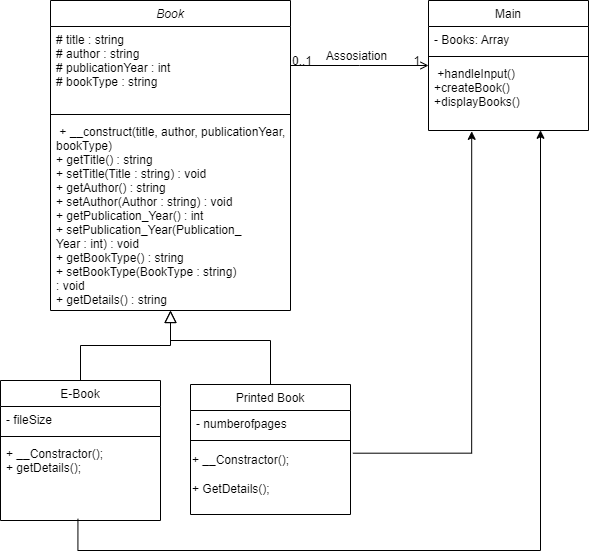
Earlier version of the draw.io export Library/UML Diagram Library.png (Roczantya/MyfirstPHP). Source tidied: cells renumbered, new cells last; positions are measured from the earlier drawing's top-left corner, leaving out a move shared by most shapes.
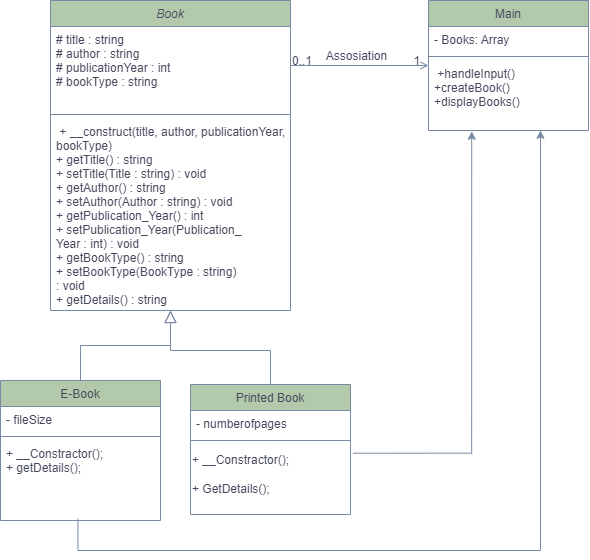
Later version of the same file.

Commit message:
Library management

What changed in the source:
```diff
@@ -1,20 +1,20 @@
-<mxGraphModel>
+<mxGraphModel background="#ffffff">
   <root>
     <mxCell id="0" />
     <mxCell id="1" parent="0" />
-    <mxCell id="2" value="Book" style="swimlane;fontStyle=2;align=center;verticalAlign=top;horizontal=1;startSize=26;rounded=0;shadow=0;strokeWidth=1;" parent="1" vertex="1">
+    <mxCell id="2" value="Book" style="swimlane;fontStyle=2;align=center;verticalAlign=top;horizontal=1;startSize=26;rounded=0;shadow=0;strokeWidth=1;labelBackgroundColor=none;fillColor=#B2C9AB;strokeColor=#788AA3;fontColor=#46495D;" parent="1" vertex="1">
       <mxGeometry x="50" width="240" height="310" as="geometry" />
     </mxCell>
-    <mxCell id="3" value="# title : string&#10;# author : string&#10;# publicationYear : int&#10;# bookType : string" style="text;align=left;verticalAlign=top;spacingLeft=4;spacingRight=4;overflow=hidden;" parent="2" vertex="1">
+    <mxCell id="3" value="# title : string&#10;# author : string&#10;# publicationYear : int&#10;# bookType : string" style="text;align=left;verticalAlign=top;spacingLeft=4;spacingRight=4;overflow=hidden;labelBackgroundColor=none;fontColor=#46495D;rounded=0;" parent="2" vertex="1">
       <mxGeometry y="26" width="240" height="84" as="geometry" />
     </mxCell>
-    <mxCell id="4" style="line;html=1;strokeWidth=1;align=left;verticalAlign=middle;spacingTop=-1;spacingLeft=3;spacingRight=3;labelPosition=right;" parent="2" vertex="1">
+    <mxCell id="4" style="line;html=1;strokeWidth=1;align=left;verticalAlign=middle;spacingTop=-1;spacingLeft=3;spacingRight=3;labelPosition=right;labelBackgroundColor=none;fillColor=#B2C9AB;strokeColor=#788AA3;fontColor=#46495D;rounded=0;" parent="2" vertex="1">
       <mxGeometry y="110" width="240" height="8" as="geometry" />
     </mxCell>
-    <mxCell id="5" value=" + __construct(title, author, publicationYear, &#10;bookType)&#10;  + getTitle() : string&#10;  + setTitle(Title : string) : void&#10;  + getAuthor() : string&#10;  + setAuthor(Author : string) : void&#10;  + getPublication_Year() : int&#10;  + setPublication_Year(Publication_&#10;Year : int) : void&#10;  + getBookType() : string&#10;  + setBookType(BookType : string) &#10;: void&#10;  + getDetails() : string" style="text;align=left;verticalAlign=top;spacingLeft=4;spacingRight=4;overflow=hidden;" parent="2" vertex="1">
+    <mxCell id="5" value=" + __construct(title, author, publicationYear, &#10;bookType)&#10;  + getTitle() : string&#10;  + setTitle(Title : string) : void&#10;  + getAuthor() : string&#10;  + setAuthor(Author : string) : void&#10;  + getPublication_Year() : int&#10;  + setPublication_Year(Publication_&#10;Year : int) : void&#10;  + getBookType() : string&#10;  + setBookType(BookType : string) &#10;: void&#10;  + getDetails() : string" style="text;align=left;verticalAlign=top;spacingLeft=4;spacingRight=4;overflow=hidden;labelBackgroundColor=none;fontColor=#46495D;rounded=0;" parent="2" vertex="1">
       <mxGeometry y="118" width="240" height="192" as="geometry" />
     </mxCell>
-    <mxCell id="6" style="edgeStyle=orthogonalEdgeStyle;rounded=0;jettySize=auto;html=1;exitX=0.484;exitY=0.979;exitDx=0;exitDy=0;exitPerimeter=0;entryX=0.7;entryY=0.997;entryDx=0;entryDy=0;entryPerimeter=0;" parent="1" edge="1" source="10" target="20">
+    <mxCell id="6" style="edgeStyle=orthogonalEdgeStyle;rounded=0;jettySize=auto;html=1;exitX=0.484;exitY=0.979;exitDx=0;exitDy=0;exitPerimeter=0;entryX=0.7;entryY=0.997;entryDx=0;entryDy=0;entryPerimeter=0;labelBackgroundColor=none;strokeColor=#788AA3;fontColor=default;" parent="1" edge="1" source="10" target="20">
       <mxGeometry relative="1" as="geometry">
         <Array as="points">
           <mxPoint x="77" y="550" />
@@ -22,74 +22,74 @@
         </Array>
       </mxGeometry>
     </mxCell>
-    <mxCell id="7" value="E-Book" style="swimlane;fontStyle=0;align=center;verticalAlign=top;horizontal=1;startSize=26;rounded=0;shadow=0;strokeWidth=1;" parent="1" vertex="1">
+    <mxCell id="7" value="E-Book" style="swimlane;fontStyle=0;align=center;verticalAlign=top;horizontal=1;startSize=26;rounded=0;shadow=0;strokeWidth=1;labelBackgroundColor=none;fillColor=#B2C9AB;strokeColor=#788AA3;fontColor=#46495D;" parent="1" vertex="1">
       <mxGeometry y="380" width="160" height="140" as="geometry" />
     </mxCell>
-    <mxCell id="8" value="- fileSize" style="text;align=left;verticalAlign=top;spacingLeft=4;spacingRight=4;overflow=hidden;" parent="7" vertex="1">
+    <mxCell id="8" value="- fileSize" style="text;align=left;verticalAlign=top;spacingLeft=4;spacingRight=4;overflow=hidden;labelBackgroundColor=none;fontColor=#46495D;rounded=0;" parent="7" vertex="1">
       <mxGeometry y="26" width="160" height="26" as="geometry" />
     </mxCell>
-    <mxCell id="9" style="line;html=1;strokeWidth=1;align=left;verticalAlign=middle;spacingTop=-1;spacingLeft=3;spacingRight=3;labelPosition=right;" parent="7" vertex="1">
+    <mxCell id="9" style="line;html=1;strokeWidth=1;align=left;verticalAlign=middle;spacingTop=-1;spacingLeft=3;spacingRight=3;labelPosition=right;labelBackgroundColor=none;fillColor=#B2C9AB;strokeColor=#788AA3;fontColor=#46495D;rounded=0;" parent="7" vertex="1">
       <mxGeometry y="52" width="160" height="8" as="geometry" />
     </mxCell>
-    <mxCell id="10" value="+ __Constractor();&#10;+ getDetails();" style="text;align=left;verticalAlign=top;spacingLeft=4;spacingRight=4;overflow=hidden;points=[[0,0.5],[1,0.5]];portConstraint=eastwest;" parent="7" vertex="1">
+    <mxCell id="10" value="+ __Constractor();&#10;+ getDetails();" style="text;align=left;verticalAlign=top;spacingLeft=4;spacingRight=4;overflow=hidden;points=[[0,0.5],[1,0.5]];portConstraint=eastwest;labelBackgroundColor=none;fontColor=#46495D;rounded=0;" parent="7" vertex="1">
       <mxGeometry y="60" width="160" height="80" as="geometry" />
     </mxCell>
-    <mxCell id="11" style="endArrow=block;endSize=10;endFill=0;shadow=0;strokeWidth=1;rounded=0;curved=0;edgeStyle=elbowEdgeStyle;elbow=vertical;" parent="1" edge="1" source="7" target="2">
+    <mxCell id="11" style="endArrow=block;endSize=10;endFill=0;shadow=0;strokeWidth=1;rounded=0;curved=0;edgeStyle=elbowEdgeStyle;elbow=vertical;labelBackgroundColor=none;strokeColor=#788AA3;fontColor=default;" parent="1" edge="1" source="7" target="2">
       <mxGeometry relative="1" as="geometry" />
     </mxCell>
-    <mxCell id="12" value="Printed Book" style="swimlane;fontStyle=0;align=center;verticalAlign=top;horizontal=1;startSize=26;rounded=0;shadow=0;strokeWidth=1;" parent="1" vertex="1">
+    <mxCell id="12" value="Printed Book" style="swimlane;fontStyle=0;align=center;verticalAlign=top;horizontal=1;startSize=26;rounded=0;shadow=0;strokeWidth=1;labelBackgroundColor=none;fillColor=#B2C9AB;strokeColor=#788AA3;fontColor=#46495D;" parent="1" vertex="1">
       <mxGeometry x="190" y="384" width="160" height="130" as="geometry" />
     </mxCell>
-    <mxCell id="13" value="- numberofpages" style="text;align=left;verticalAlign=top;spacingLeft=4;spacingRight=4;overflow=hidden;" parent="12" vertex="1">
+    <mxCell id="13" value="- numberofpages" style="text;align=left;verticalAlign=top;spacingLeft=4;spacingRight=4;overflow=hidden;labelBackgroundColor=none;fontColor=#46495D;rounded=0;" parent="12" vertex="1">
       <mxGeometry y="26" width="160" height="26" as="geometry" />
     </mxCell>
-    <mxCell id="14" style="line;html=1;strokeWidth=1;align=left;verticalAlign=middle;spacingTop=-1;spacingLeft=3;spacingRight=3;labelPosition=right;" parent="12" vertex="1">
+    <mxCell id="14" style="line;html=1;strokeWidth=1;align=left;verticalAlign=middle;spacingTop=-1;spacingLeft=3;spacingRight=3;labelPosition=right;labelBackgroundColor=none;fillColor=#B2C9AB;strokeColor=#788AA3;fontColor=#46495D;rounded=0;" parent="12" vertex="1">
       <mxGeometry y="52" width="160" height="8" as="geometry" />
     </mxCell>
-    <mxCell id="15" value="+ __Constractor();&lt;div&gt;&lt;br&gt;&lt;div&gt;+ GetDetails();&lt;/div&gt;&lt;/div&gt;" style="text;html=1;align=left;verticalAlign=middle;points=[];strokeColor=none;fillColor=none;" parent="12" vertex="1">
+    <mxCell id="15" value="+ __Constractor();&lt;div&gt;&lt;br&gt;&lt;div&gt;+ GetDetails();&lt;/div&gt;&lt;/div&gt;" style="text;html=1;align=left;verticalAlign=middle;points=[];strokeColor=none;fillColor=none;labelBackgroundColor=none;fontColor=#46495D;rounded=0;" parent="12" vertex="1">
       <mxGeometry y="60" width="160" height="60" as="geometry" />
     </mxCell>
-    <mxCell id="16" style="endArrow=block;endSize=10;endFill=0;shadow=0;strokeWidth=1;rounded=0;curved=0;edgeStyle=elbowEdgeStyle;elbow=vertical;exitX=0.5;exitY=0;exitDx=0;exitDy=0;" parent="1" edge="1" source="12">
+    <mxCell id="16" style="endArrow=block;endSize=10;endFill=0;shadow=0;strokeWidth=1;rounded=0;curved=0;edgeStyle=elbowEdgeStyle;elbow=vertical;exitX=0.5;exitY=0;exitDx=0;exitDy=0;labelBackgroundColor=none;strokeColor=#788AA3;fontColor=default;" parent="1" edge="1" source="12">
       <mxGeometry relative="1" as="geometry">
         <mxPoint x="170" y="310" as="targetPoint" />
         <Array as="points">
-          <mxPoint x="170" y="340" />
+          <mxPoint x="220" y="350" />
         </Array>
       </mxGeometry>
     </mxCell>
-    <mxCell id="17" value="Main" style="swimlane;fontStyle=0;align=center;verticalAlign=top;horizontal=1;startSize=26;rounded=0;shadow=0;strokeWidth=1;" parent="1" vertex="1">
+    <mxCell id="17" value="Main" style="swimlane;fontStyle=0;align=center;verticalAlign=top;horizontal=1;startSize=26;rounded=0;shadow=0;strokeWidth=1;labelBackgroundColor=none;fillColor=#B2C9AB;strokeColor=#788AA3;fontColor=#46495D;" parent="1" vertex="1">
       <mxGeometry x="428" width="160" height="130" as="geometry" />
     </mxCell>
-    <mxCell id="18" value="- Books: Array" style="text;align=left;verticalAlign=top;spacingLeft=4;spacingRight=4;overflow=hidden;" parent="17" vertex="1">
+    <mxCell id="18" value="- Books: Array" style="text;align=left;verticalAlign=top;spacingLeft=4;spacingRight=4;overflow=hidden;labelBackgroundColor=none;fontColor=#46495D;rounded=0;" parent="17" vertex="1">
       <mxGeometry y="26" width="160" height="26" as="geometry" />
     </mxCell>
-    <mxCell id="19" style="line;html=1;strokeWidth=1;align=left;verticalAlign=middle;spacingTop=-1;spacingLeft=3;spacingRight=3;labelPosition=right;" parent="17" vertex="1">
+    <mxCell id="19" style="line;html=1;strokeWidth=1;align=left;verticalAlign=middle;spacingTop=-1;spacingLeft=3;spacingRight=3;labelPosition=right;labelBackgroundColor=none;fillColor=#B2C9AB;strokeColor=#788AA3;fontColor=#46495D;rounded=0;" parent="17" vertex="1">
       <mxGeometry y="52" width="160" height="8" as="geometry" />
     </mxCell>
-    <mxCell id="20" value=" +handleInput()&#10;  +createBook()&#10;  +displayBooks()" style="text;align=left;verticalAlign=top;spacingLeft=4;spacingRight=4;overflow=hidden;points=[[0,0.5],[1,0.5]];portConstraint=eastwest;" parent="17" vertex="1">
+    <mxCell id="20" value=" +handleInput()&#10;  +createBook()&#10;  +displayBooks()" style="text;align=left;verticalAlign=top;spacingLeft=4;spacingRight=4;overflow=hidden;points=[[0,0.5],[1,0.5]];portConstraint=eastwest;labelBackgroundColor=none;fontColor=#46495D;rounded=0;" parent="17" vertex="1">
       <mxGeometry y="60" width="160" height="70" as="geometry" />
     </mxCell>
-    <mxCell id="21" style="endArrow=open;shadow=0;strokeWidth=1;rounded=0;curved=0;endFill=1;edgeStyle=elbowEdgeStyle;elbow=vertical;" parent="1" edge="1" source="2" target="17">
+    <mxCell id="21" style="endArrow=open;shadow=0;strokeWidth=1;rounded=0;curved=0;endFill=1;edgeStyle=elbowEdgeStyle;elbow=vertical;labelBackgroundColor=none;strokeColor=#788AA3;fontColor=default;" parent="1" edge="1" source="2" target="17">
       <mxGeometry x="0.5" y="41" relative="1" as="geometry">
         <mxPoint x="-40" y="32" as="offset" />
       </mxGeometry>
     </mxCell>
-    <mxCell id="22" value="0..1" style="align=left;verticalAlign=bottom;labelBackgroundColor=none;fontSize=12;" parent="21" vertex="1">
+    <mxCell id="22" value="0..1" style="align=left;verticalAlign=bottom;labelBackgroundColor=none;fontSize=12;fillColor=#B2C9AB;strokeColor=#788AA3;fontColor=#46495D;rounded=0;" parent="21" vertex="1">
       <mxGeometry x="-1" relative="1" as="geometry">
         <mxPoint y="4" as="offset" />
       </mxGeometry>
     </mxCell>
-    <mxCell id="23" value="1" style="align=right;verticalAlign=bottom;labelBackgroundColor=none;fontSize=12;" parent="21" vertex="1">
+    <mxCell id="23" value="1" style="align=right;verticalAlign=bottom;labelBackgroundColor=none;fontSize=12;fillColor=#B2C9AB;strokeColor=#788AA3;fontColor=#46495D;rounded=0;" parent="21" vertex="1">
       <mxGeometry x="1" relative="1" as="geometry">
         <mxPoint x="-7" y="4" as="offset" />
       </mxGeometry>
     </mxCell>
-    <mxCell id="24" value="Assosiation" style="text;html=1;align=center;verticalAlign=middle;labelBackgroundColor=none;rounded=0;shadow=0;strokeWidth=1;fontSize=12;" parent="21" vertex="1">
+    <mxCell id="24" value="Assosiation" style="text;html=1;align=center;verticalAlign=middle;labelBackgroundColor=none;rounded=0;shadow=0;strokeWidth=1;fontSize=12;fontColor=#46495D;" parent="21" vertex="1">
       <mxGeometry x="0.5" y="49" relative="1" as="geometry">
         <mxPoint x="-38" y="40" as="offset" />
       </mxGeometry>
     </mxCell>
-    <mxCell id="25" style="edgeStyle=orthogonalEdgeStyle;rounded=0;jettySize=auto;html=1;entryX=0.27;entryY=1.012;entryDx=0;entryDy=0;entryPerimeter=0;exitX=1.015;exitY=0.145;exitDx=0;exitDy=0;exitPerimeter=0;" parent="1" edge="1" source="15" target="20">
+    <mxCell id="25" style="edgeStyle=orthogonalEdgeStyle;rounded=0;jettySize=auto;html=1;entryX=0.27;entryY=1.012;entryDx=0;entryDy=0;entryPerimeter=0;exitX=1.015;exitY=0.145;exitDx=0;exitDy=0;exitPerimeter=0;labelBackgroundColor=none;strokeColor=#788AA3;fontColor=default;" parent="1" edge="1" source="15" target="20">
       <mxGeometry relative="1" as="geometry">
         <Array as="points">
           <mxPoint x="471" y="453" />
```
